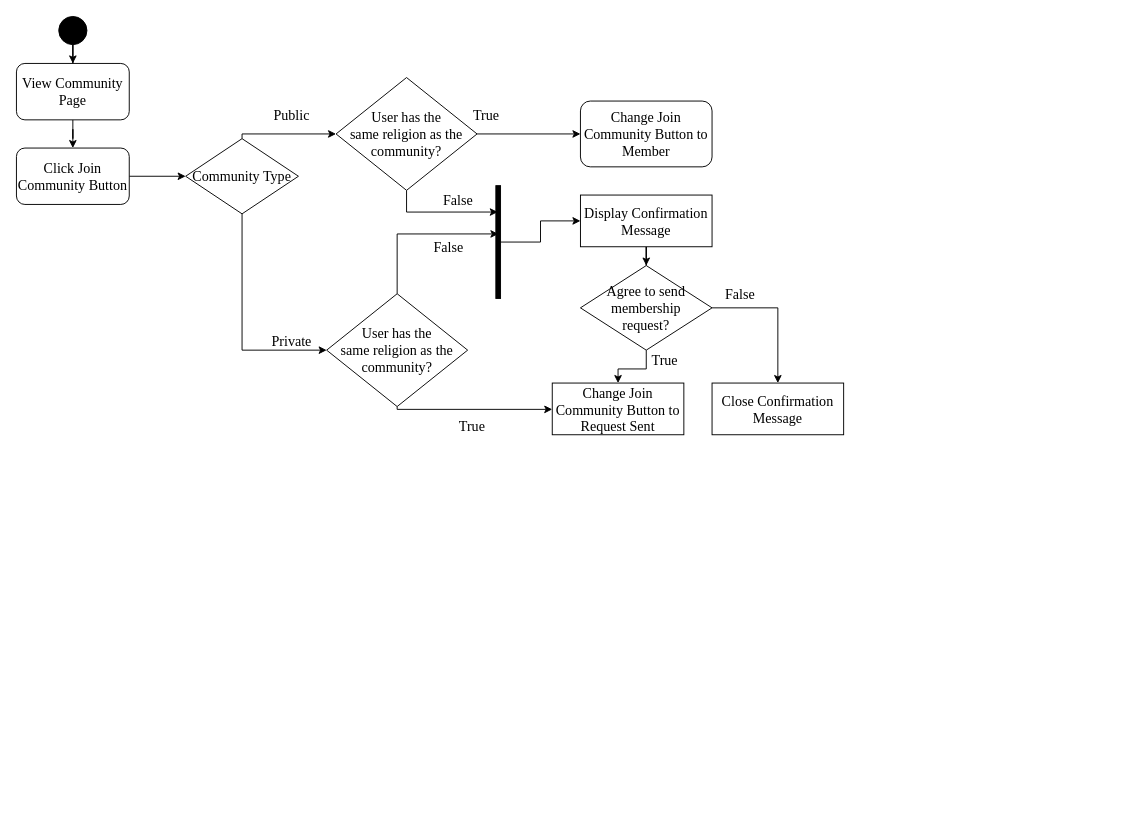
Before: page "MembershipRequest" (6 of 11) of ConnexUs_Chap3.drawio in gvillanueva01/ConnexUs_diagrams, a draw.io diagram. Source tidied: cells renumbered, new cells numbered last; positions are measured from the earlier drawing's top-left corner, leaving out a move shared by most shapes. Both pictures are drawn from the tidied source at 94%, with x=0, y=0 at pixel (16, 16).
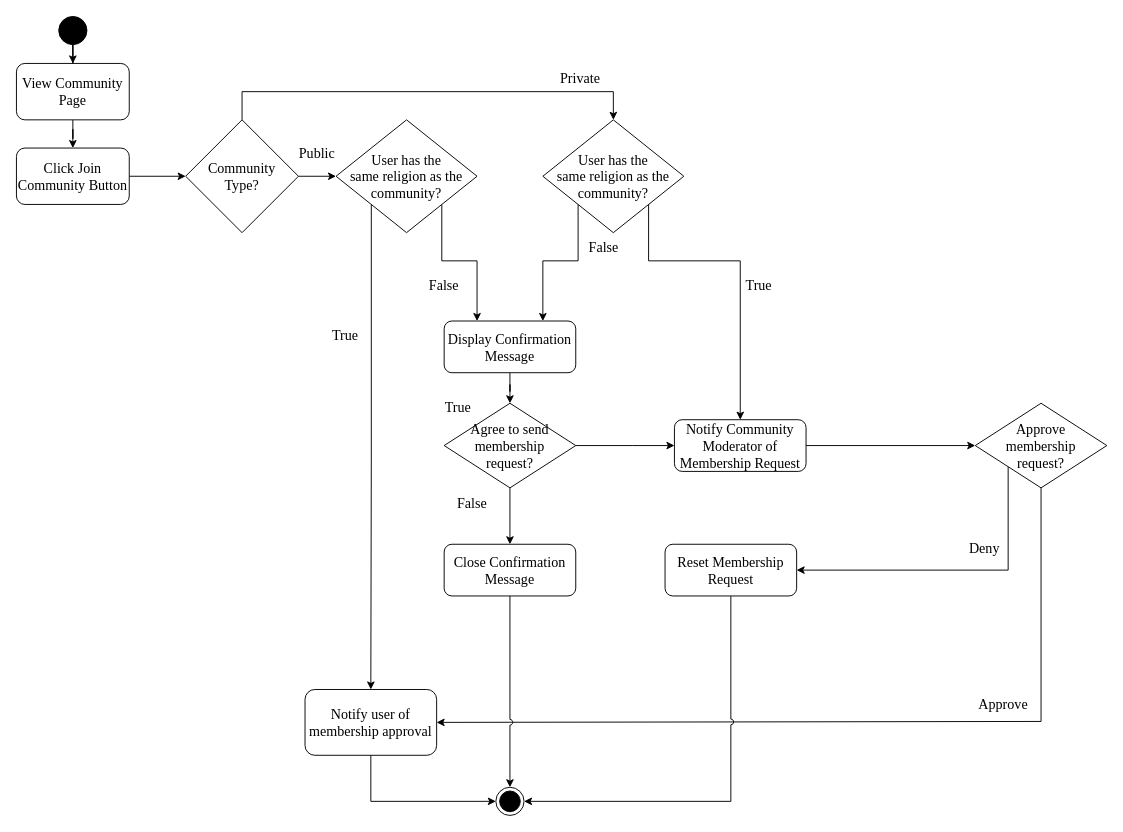
The same diagram, later.

What changed in the source:
```diff
@@
-    <mxCell id="8" style="edgeStyle=orthogonalEdgeStyle;rounded=0;jettySize=auto;html=1;entryX=0;entryY=0.5;entryDx=0;entryDy=0;exitX=0.5;exitY=0;exitDx=0;exitDy=0;fontSize=15;" parent="1" edge="1" source="10" target="14">
+    <mxCell id="8" style="edgeStyle=orthogonalEdgeStyle;rounded=0;jettySize=auto;html=1;entryX=0.5;entryY=0;entryDx=0;entryDy=0;exitX=0.5;exitY=0;exitDx=0;exitDy=0;fontSize=15;" parent="1" edge="1" source="10" target="26">
       <mxGeometry relative="1" as="geometry">
         <Array as="points">
-          <mxPoint x="240" y="125" />
+          <mxPoint x="240" y="80" />
+          <mxPoint x="635" y="80" />
         </Array>
       </mxGeometry>
     </mxCell>
-    <mxCell id="9" style="edgeStyle=orthogonalEdgeStyle;rounded=0;jettySize=auto;html=1;entryX=0;entryY=0.5;entryDx=0;entryDy=0;fontSize=15;" parent="1" edge="1" source="10" target="26">
+    <mxCell id="9" style="edgeStyle=orthogonalEdgeStyle;rounded=0;jettySize=auto;html=1;entryX=0;entryY=0.5;entryDx=0;entryDy=0;fontSize=15;exitX=1;exitY=0.5;exitDx=0;exitDy=0;" parent="1" edge="1" source="19" target="20">
       <mxGeometry relative="1" as="geometry">
         <Array as="points">
-          <mxPoint x="240" y="355" />
+          <mxPoint x="655" y="456" />
+          <mxPoint x="700" y="457" />
         </Array>
       </mxGeometry>
     </mxCell>
-    <mxCell id="10" value="&lt;font face=&quot;Times New Roman&quot; style=&quot;font-size: 15px;&quot;&gt;Community Type&lt;/font&gt;" style="shape=rhombus;html=1;dashed=0;whiteSpace=wrap;perimeter=rhombusPerimeter;fontSize=15;" parent="1" vertex="1">
-      <mxGeometry x="180" y="130" width="120" height="80" as="geometry" />
+    <mxCell id="10" value="&lt;font face=&quot;Times New Roman&quot; style=&quot;font-size: 15px;&quot;&gt;Community &lt;br&gt;Type?&lt;/font&gt;" style="shape=rhombus;html=1;dashed=0;whiteSpace=wrap;perimeter=rhombusPerimeter;fontSize=15;" parent="1" vertex="1">
+      <mxGeometry x="180" y="110" width="120" height="120" as="geometry" />
     </mxCell>
-    <mxCell id="11" value="Change Join Community Button to Member" style="rounded=1;whiteSpace=wrap;html=1;fontFamily=Times New Roman;fontSize=15;" parent="1" vertex="1">
-      <mxGeometry x="600" y="90" width="140" height="70" as="geometry" />
+    <mxCell id="11" value="Notify user of membership approval" style="rounded=1;whiteSpace=wrap;html=1;fontFamily=Times New Roman;fontSize=15;" parent="1" vertex="1">
+      <mxGeometry x="307" y="716" width="140" height="70" as="geometry" />
     </mxCell>
-    <mxCell id="12" style="edgeStyle=orthogonalEdgeStyle;rounded=0;jettySize=auto;html=1;fontSize=15;" parent="1" edge="1" source="14" target="11">
+    <mxCell id="12" style="edgeStyle=orthogonalEdgeStyle;rounded=0;jettySize=auto;html=1;fontSize=15;exitX=0;exitY=1;exitDx=0;exitDy=0;entryX=0.5;entryY=0;entryDx=0;entryDy=0;" parent="1" edge="1" source="14" target="11">
       <mxGeometry relative="1" as="geometry" />
     </mxCell>
-    <mxCell id="13" style="edgeStyle=orthogonalEdgeStyle;rounded=0;jettySize=auto;html=1;entryX=0.413;entryY=0.234;entryDx=0;entryDy=0;entryPerimeter=0;fontSize=15;" parent="1" edge="1" source="14" target="28">
+    <mxCell id="13" style="edgeStyle=orthogonalEdgeStyle;rounded=0;jettySize=auto;html=1;entryX=0.25;entryY=0;entryDx=0;entryDy=0;fontSize=15;exitX=1;exitY=1;exitDx=0;exitDy=0;" parent="1" edge="1" source="14" target="16">
       <mxGeometry relative="1" as="geometry">
         <Array as="points">
-          <mxPoint x="415" y="208" />
+          <mxPoint x="452" y="260" />
+          <mxPoint x="490" y="260" />
         </Array>
       </mxGeometry>
     </mxCell>
     <mxCell id="14" value="&lt;font face=&quot;Times New Roman&quot; style=&quot;font-size: 15px;&quot;&gt;User has the &lt;br style=&quot;font-size: 15px;&quot;&gt;same religion as the community?&lt;/font&gt;" style="shape=rhombus;html=1;dashed=0;whiteSpace=wrap;perimeter=rhombusPerimeter;fontSize=15;" parent="1" vertex="1">
-      <mxGeometry x="340" y="65" width="150" height="120" as="geometry" />
+      <mxGeometry x="340" y="110" width="150" height="120" as="geometry" />
     </mxCell>
@@
-    <mxCell id="16" value="Display Confirmation Message" style="rounded=0;whiteSpace=wrap;html=1;fontFamily=Times New Roman;fontSize=15;" parent="1" vertex="1">
-      <mxGeometry x="600" y="190" width="140" height="55" as="geometry" />
+    <mxCell id="16" value="Display Confirmation Message" style="rounded=1;whiteSpace=wrap;html=1;fontFamily=Times New Roman;fontSize=15;" parent="1" vertex="1">
+      <mxGeometry x="455" y="324" width="140" height="55" as="geometry" />
     </mxCell>
-    <mxCell id="17" style="edgeStyle=orthogonalEdgeStyle;rounded=0;jettySize=auto;html=1;fontSize=15;" parent="1" edge="1" source="19" target="20">
+    <mxCell id="17" style="edgeStyle=orthogonalEdgeStyle;rounded=0;jettySize=auto;html=1;fontSize=15;exitX=0.5;exitY=1;exitDx=0;exitDy=0;entryX=0.5;entryY=0;entryDx=0;entryDy=0;" parent="1" edge="1" source="19" target="21">
       <mxGeometry relative="1" as="geometry" />
     </mxCell>
-    <mxCell id="18" style="edgeStyle=orthogonalEdgeStyle;rounded=0;jettySize=auto;html=1;entryX=0.5;entryY=0;entryDx=0;entryDy=0;exitX=1;exitY=0.5;exitDx=0;exitDy=0;fontSize=15;" parent="1" edge="1" source="19" target="21">
-      <mxGeometry relative="1" as="geometry" />
+    <mxCell id="18" style="edgeStyle=orthogonalEdgeStyle;rounded=0;jettySize=auto;html=1;entryX=1;entryY=0.5;entryDx=0;entryDy=0;exitX=0;exitY=1;exitDx=0;exitDy=0;fontSize=15;" parent="1" edge="1" source="35" target="38">
+      <mxGeometry relative="1" as="geometry">
+        <Array as="points">
+          <mxPoint x="1055" y="589" />
+        </Array>
+      </mxGeometry>
     </mxCell>
     <mxCell id="19" value="&lt;font face=&quot;Times New Roman&quot; style=&quot;font-size: 15px;&quot;&gt;Agree to send membership &lt;br style=&quot;font-size: 15px;&quot;&gt;request?&lt;/font&gt;" style="shape=rhombus;html=1;dashed=0;whiteSpace=wrap;perimeter=rhombusPerimeter;fontSize=15;" parent="1" vertex="1">
-      <mxGeometry x="600" y="265" width="140" height="90" as="geometry" />
+      <mxGeometry x="455" y="411.5" width="140" height="90" as="geometry" />
     </mxCell>
-    <mxCell id="20" value="Change Join Community Button to Request Sent" style="rounded=0;whiteSpace=wrap;html=1;fontFamily=Times New Roman;fontSize=15;" parent="1" vertex="1">
-      <mxGeometry x="570" y="390" width="140" height="55" as="geometry" />
+    <mxCell id="20" value="Notify Community Moderator of Membership Request" style="rounded=1;whiteSpace=wrap;html=1;fontFamily=Times New Roman;fontSize=15;" parent="1" vertex="1">
+      <mxGeometry x="700" y="429" width="140" height="55" as="geometry" />
     </mxCell>
-    <mxCell id="21" value="Close Confirmation Message" style="rounded=0;whiteSpace=wrap;html=1;fontFamily=Times New Roman;fontSize=15;" parent="1" vertex="1">
-      <mxGeometry x="740" y="390" width="140" height="55" as="geometry" />
+    <mxCell id="21" value="Close Confirmation Message" style="rounded=1;whiteSpace=wrap;html=1;fontFamily=Times New Roman;fontSize=15;" parent="1" vertex="1">
+      <mxGeometry x="455" y="561.5" width="140" height="55" as="geometry" />
     </mxCell>
     <mxCell id="22" value="Public" style="text;html=1;strokeColor=none;fillColor=none;align=center;verticalAlign=middle;whiteSpace=wrap;rounded=0;fontFamily=Times New Roman;fontSize=15;" parent="1" vertex="1">
-      <mxGeometry x="263" y="90" width="60" height="30" as="geometry" />
+      <mxGeometry x="290" y="130" width="60" height="30" as="geometry" />
     </mxCell>
     <mxCell id="23" value="Private" style="text;html=1;strokeColor=none;fillColor=none;align=center;verticalAlign=middle;whiteSpace=wrap;rounded=0;fontFamily=Times New Roman;fontSize=15;" parent="1" vertex="1">
-      <mxGeometry x="263" y="330" width="60" height="30" as="geometry" />
+      <mxGeometry x="570" y="50" width="60" height="30" as="geometry" />
     </mxCell>
-    <mxCell id="24" style="edgeStyle=orthogonalEdgeStyle;rounded=0;jettySize=auto;html=1;entryX=0.545;entryY=0.428;entryDx=0;entryDy=0;entryPerimeter=0;fontSize=15;" parent="1" edge="1" source="26" target="28">
+    <mxCell id="24" style="edgeStyle=orthogonalEdgeStyle;rounded=0;jettySize=auto;html=1;entryX=0.5;entryY=0;entryDx=0;entryDy=0;fontSize=15;exitX=1;exitY=1;exitDx=0;exitDy=0;" parent="1" edge="1" source="26" target="20">
       <mxGeometry relative="1" as="geometry">
         <Array as="points">
-          <mxPoint x="405" y="231" />
+          <mxPoint x="672" y="260" />
+          <mxPoint x="770" y="260" />
         </Array>
       </mxGeometry>
     </mxCell>
-    <mxCell id="25" style="edgeStyle=orthogonalEdgeStyle;rounded=0;jettySize=auto;html=1;fontSize=15;" parent="1" edge="1" source="26" target="20">
-      <mxGeometry relative="1" as="geometry">
-        <Array as="points">
-          <mxPoint x="405" y="418" />
-        </Array>
-      </mxGeometry>
-    </mxCell>
     <mxCell id="26" value="&lt;font face=&quot;Times New Roman&quot; style=&quot;font-size: 15px;&quot;&gt;User has the &lt;br style=&quot;font-size: 15px;&quot;&gt;same religion as the community?&lt;/font&gt;" style="shape=rhombus;html=1;dashed=0;whiteSpace=wrap;perimeter=rhombusPerimeter;fontSize=15;" parent="1" vertex="1">
-      <mxGeometry x="330" y="295" width="150" height="120" as="geometry" />
+      <mxGeometry x="560" y="110" width="150" height="120" as="geometry" />
     </mxCell>
-    <mxCell id="27" style="edgeStyle=orthogonalEdgeStyle;rounded=0;jettySize=auto;html=1;fontSize=15;" parent="1" edge="1" source="28" target="16">
+    <mxCell id="27" style="edgeStyle=orthogonalEdgeStyle;rounded=0;jettySize=auto;html=1;fontSize=15;exitX=1;exitY=0.5;exitDx=0;exitDy=0;entryX=0;entryY=0.5;entryDx=0;entryDy=0;" parent="1" edge="1" source="10" target="14">
       <mxGeometry relative="1" as="geometry" />
     </mxCell>
-    <mxCell id="28" style="html=1;points=[];perimeter=orthogonalPerimeter;fillColor=strokeColor;fontSize=15;" parent="1" vertex="1">
-      <mxGeometry x="510" y="180" width="5" height="120" as="geometry" />
-    </mxCell>
-    <mxCell id="29" value="False" style="text;html=1;strokeColor=none;fillColor=none;align=center;verticalAlign=middle;whiteSpace=wrap;rounded=0;fontFamily=Times New Roman;fontSize=15;" parent="1" vertex="1">
-      <mxGeometry x="440" y="180" width="60" height="30" as="geometry" />
-    </mxCell>
     <mxCell id="30" value="False" style="text;html=1;strokeColor=none;fillColor=none;align=center;verticalAlign=middle;whiteSpace=wrap;rounded=0;fontFamily=Times New Roman;fontSize=15;" parent="1" vertex="1">
-      <mxGeometry x="430" y="230" width="60" height="30" as="geometry" />
+      <mxGeometry x="425" y="270" width="60" height="30" as="geometry" />
     </mxCell>
     <mxCell id="31" value="True" style="text;html=1;strokeColor=none;fillColor=none;align=center;verticalAlign=middle;whiteSpace=wrap;rounded=0;fontFamily=Times New Roman;fontSize=15;" parent="1" vertex="1">
-      <mxGeometry x="470" y="90" width="60" height="30" as="geometry" />
+      <mxGeometry x="320" y="324" width="60" height="30" as="geometry" />
     </mxCell>
     <mxCell id="32" value="True" style="text;html=1;strokeColor=none;fillColor=none;align=center;verticalAlign=middle;whiteSpace=wrap;rounded=0;fontFamily=Times New Roman;fontSize=15;" parent="1" vertex="1">
-      <mxGeometry x="455" y="420" width="60" height="30" as="geometry" />
+      <mxGeometry x="440" y="400" width="60" height="30" as="geometry" />
     </mxCell>
     <mxCell id="33" value="True" style="text;html=1;strokeColor=none;fillColor=none;align=center;verticalAlign=middle;whiteSpace=wrap;rounded=0;fontFamily=Times New Roman;fontSize=15;" parent="1" vertex="1">
-      <mxGeometry x="660" y="350" width="60" height="30" as="geometry" />
+      <mxGeometry x="760" y="270" width="60" height="30" as="geometry" />
     </mxCell>
     <mxCell id="34" value="False" style="text;html=1;strokeColor=none;fillColor=none;align=center;verticalAlign=middle;whiteSpace=wrap;rounded=0;fontFamily=Times New Roman;fontSize=15;" parent="1" vertex="1">
-      <mxGeometry x="740" y="280" width="60" height="30" as="geometry" />
+      <mxGeometry x="455" y="501.5" width="60" height="30" as="geometry" />
     </mxCell>
+    <mxCell id="35" value="&lt;font face=&quot;Times New Roman&quot;&gt;Approve&lt;br&gt;membership&lt;br&gt;request?&lt;/font&gt;" style="shape=rhombus;html=1;dashed=0;whiteSpace=wrap;perimeter=rhombusPerimeter;fontSize=15;" parent="1" vertex="1">
+      <mxGeometry x="1020" y="411.5" width="140" height="90" as="geometry" />
+    </mxCell>
+    <mxCell id="36" style="edgeStyle=orthogonalEdgeStyle;rounded=0;jettySize=auto;html=1;entryX=0;entryY=0.5;entryDx=0;entryDy=0;exitX=1;exitY=0.5;exitDx=0;exitDy=0;fontSize=15;" parent="1" edge="1" source="20" target="35">
+      <mxGeometry relative="1" as="geometry" />
+    </mxCell>
+    <mxCell id="37" style="ellipse;html=1;shape=endState;fillColor=strokeColor;fontSize=18;" parent="1" vertex="1">
+      <mxGeometry x="510" y="820" width="30" height="30" as="geometry" />
+    </mxCell>
+    <mxCell id="38" value="Reset Membership Request" style="rounded=1;whiteSpace=wrap;html=1;fontFamily=Times New Roman;fontSize=15;" parent="1" vertex="1">
+      <mxGeometry x="690" y="561.5" width="140" height="55" as="geometry" />
+    </mxCell>
+    <mxCell id="39" style="edgeStyle=orthogonalEdgeStyle;rounded=0;jettySize=auto;html=1;entryX=0.75;entryY=0;entryDx=0;entryDy=0;fontSize=15;exitX=0;exitY=1;exitDx=0;exitDy=0;" parent="1" edge="1" source="26" target="16">
+      <mxGeometry relative="1" as="geometry">
+        <Array as="points">
+          <mxPoint x="598" y="260" />
+          <mxPoint x="560" y="260" />
+        </Array>
+      </mxGeometry>
+    </mxCell>
+    <mxCell id="29" value="False" style="text;html=1;strokeColor=none;fillColor=none;align=center;verticalAlign=middle;whiteSpace=wrap;rounded=0;fontFamily=Times New Roman;fontSize=15;" parent="1" vertex="1">
+      <mxGeometry x="595" y="230" width="60" height="30" as="geometry" />
+    </mxCell>
+    <mxCell id="40" style="edgeStyle=orthogonalEdgeStyle;rounded=0;jettySize=auto;html=1;exitX=0.5;exitY=1;exitDx=0;exitDy=0;fontSize=15;entryX=1;entryY=0.5;entryDx=0;entryDy=0;" parent="1" edge="1" source="35" target="11">
+      <mxGeometry relative="1" as="geometry">
+        <Array as="points">
+          <mxPoint x="1090" y="750" />
+          <mxPoint x="447" y="750" />
+        </Array>
+      </mxGeometry>
+    </mxCell>
+    <mxCell id="41" style="edgeStyle=orthogonalEdgeStyle;rounded=0;jettySize=auto;html=1;fontSize=15;exitX=0.5;exitY=1;exitDx=0;exitDy=0;entryX=0.5;entryY=0;entryDx=0;entryDy=0;jumpStyle=arc;" parent="1" edge="1" source="21" target="37">
+      <mxGeometry relative="1" as="geometry" />
+    </mxCell>
+    <mxCell id="42" style="edgeStyle=orthogonalEdgeStyle;rounded=0;jettySize=auto;html=1;fontSize=15;entryX=1;entryY=0.5;entryDx=0;entryDy=0;exitX=0.5;exitY=1;exitDx=0;exitDy=0;jumpStyle=arc;" parent="1" edge="1" source="38" target="37">
+      <mxGeometry relative="1" as="geometry">
+        <Array as="points">
+          <mxPoint x="760" y="835" />
+        </Array>
+      </mxGeometry>
+    </mxCell>
+    <mxCell id="43" style="edgeStyle=orthogonalEdgeStyle;rounded=0;jettySize=auto;html=1;fontSize=15;exitX=0.5;exitY=1;exitDx=0;exitDy=0;entryX=0;entryY=0.5;entryDx=0;entryDy=0;" parent="1" edge="1" source="11" target="37">
+      <mxGeometry relative="1" as="geometry" />
+    </mxCell>
+    <mxCell id="44" value="Deny" style="text;html=1;strokeColor=none;fillColor=none;align=center;verticalAlign=middle;whiteSpace=wrap;rounded=0;fontFamily=Times New Roman;fontSize=15;" parent="1" vertex="1">
+      <mxGeometry x="1000" y="550" width="60" height="30" as="geometry" />
+    </mxCell>
+    <mxCell id="45" value="Approve" style="text;html=1;strokeColor=none;fillColor=none;align=center;verticalAlign=middle;whiteSpace=wrap;rounded=0;fontFamily=Times New Roman;fontSize=15;" parent="1" vertex="1">
+      <mxGeometry x="1020" y="716" width="60" height="30" as="geometry" />
+    </mxCell>
```
